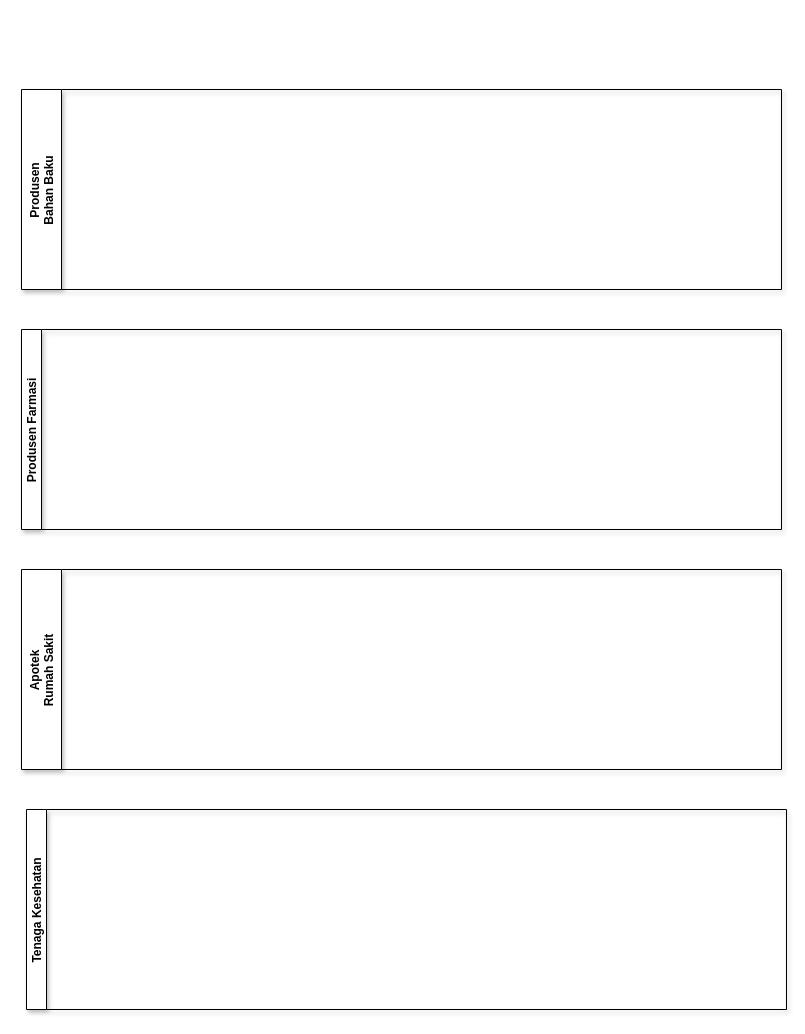
Before: Tugas/BPMN4.drawio in kucingtakucin/Proses-Bisnis-dan-SIM, a draw.io diagram. Source tidied: cells renumbered, new cells numbered last; positions are measured from the earlier drawing's top-left corner, leaving out a move shared by most shapes. Both pictures are drawn from the tidied source at 100%, with x=0, y=0 at pixel (21, 89).
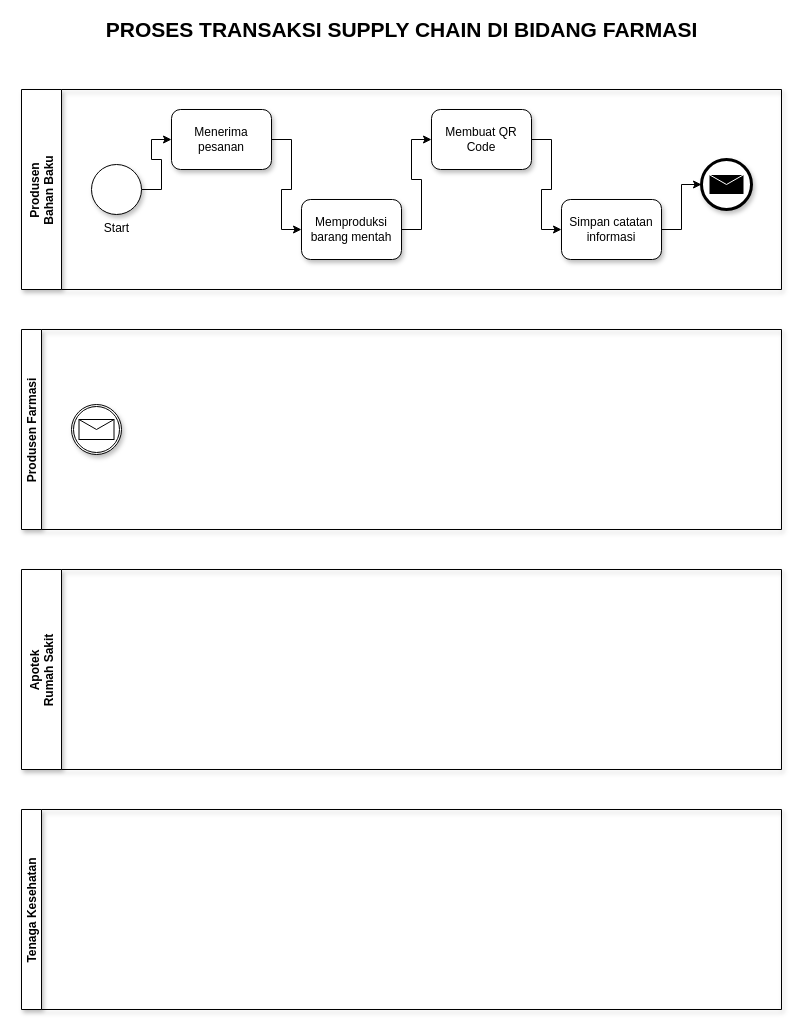
Above is the later version.

Change to the diagram source:
```diff
@@
     <mxCell id="5" value="Tenaga Kesehatan" style="swimlane;startSize=20;horizontal=0;shadow=1;" parent="1" vertex="1">
-      <mxGeometry x="5" y="720" width="760" height="200" as="geometry" />
+      <mxGeometry y="720" width="760" height="200" as="geometry" />
     </mxCell>
+    <mxCell id="6" value="&lt;font style=&quot;font-size: 21px&quot;&gt;&lt;b&gt;PROSES TRANSAKSI SUPPLY CHAIN DI BIDANG FARMASI&lt;br&gt;&lt;/b&gt;&lt;/font&gt;" style="text;html=1;align=center;verticalAlign=middle;" parent="1" vertex="1">
+      <mxGeometry x="20" y="-70" width="720" height="20" as="geometry" />
+    </mxCell>
+    <mxCell id="7" style="edgeStyle=orthogonalEdgeStyle;rounded=0;jettySize=auto;html=1;endArrow=classic;endFill=1;" parent="1" edge="1" source="8" target="10">
+      <mxGeometry relative="1" as="geometry">
+        <Array as="points">
+          <mxPoint x="140" y="100" />
+          <mxPoint x="140" y="70" />
+          <mxPoint x="130" y="70" />
+          <mxPoint x="130" y="50" />
+        </Array>
+      </mxGeometry>
+    </mxCell>
+    <mxCell id="8" value="Start" style="shape=mxgraph.bpmn.shape;html=1;verticalLabelPosition=bottom;labelBackgroundColor=#ffffff;verticalAlign=top;align=center;perimeter=ellipsePerimeter;outlineConnect=0;outline=standard;symbol=general;shadow=1;" parent="1" vertex="1">
+      <mxGeometry x="70" y="75" width="50" height="50" as="geometry" />
+    </mxCell>
+    <mxCell id="9" style="edgeStyle=orthogonalEdgeStyle;rounded=0;jettySize=auto;html=1;entryX=0;entryY=0.5;entryDx=0;entryDy=0;endArrow=classic;endFill=1;" parent="1" edge="1" source="10" target="12">
+      <mxGeometry relative="1" as="geometry" />
+    </mxCell>
+    <mxCell id="10" value="Menerima pesanan" style="shape=ext;rounded=1;html=1;whiteSpace=wrap;shadow=1;" parent="1" vertex="1">
+      <mxGeometry x="150" y="20" width="100" height="60" as="geometry" />
+    </mxCell>
+    <mxCell id="11" style="edgeStyle=orthogonalEdgeStyle;rounded=0;jettySize=auto;html=1;entryX=0;entryY=0.5;entryDx=0;entryDy=0;endArrow=classic;endFill=1;" parent="1" edge="1" source="12" target="14">
+      <mxGeometry relative="1" as="geometry" />
+    </mxCell>
+    <mxCell id="12" value="Memproduksi barang mentah" style="shape=ext;rounded=1;html=1;whiteSpace=wrap;shadow=1;" parent="1" vertex="1">
+      <mxGeometry x="280" y="110" width="100" height="60" as="geometry" />
+    </mxCell>
+    <mxCell id="13" style="edgeStyle=orthogonalEdgeStyle;rounded=0;jettySize=auto;html=1;entryX=0;entryY=0.5;entryDx=0;entryDy=0;endArrow=classic;endFill=1;" parent="1" edge="1" source="14" target="16">
+      <mxGeometry relative="1" as="geometry" />
+    </mxCell>
+    <mxCell id="14" value="Membuat QR Code" style="shape=ext;rounded=1;html=1;whiteSpace=wrap;shadow=1;" parent="1" vertex="1">
+      <mxGeometry x="410" y="20" width="100" height="60" as="geometry" />
+    </mxCell>
+    <mxCell id="15" style="edgeStyle=orthogonalEdgeStyle;rounded=0;jettySize=auto;html=1;endArrow=classic;endFill=1;" parent="1" edge="1" source="16" target="17">
+      <mxGeometry relative="1" as="geometry" />
+    </mxCell>
+    <mxCell id="16" value="Simpan catatan informasi" style="shape=ext;rounded=1;html=1;whiteSpace=wrap;shadow=1;" parent="1" vertex="1">
+      <mxGeometry x="540" y="110" width="100" height="60" as="geometry" />
+    </mxCell>
+    <mxCell id="17" style="shape=mxgraph.bpmn.shape;html=1;verticalLabelPosition=bottom;labelBackgroundColor=#ffffff;verticalAlign=top;align=center;perimeter=ellipsePerimeter;outlineConnect=0;outline=end;symbol=message;shadow=1;" parent="1" vertex="1">
+      <mxGeometry x="680" y="70" width="50" height="50" as="geometry" />
+    </mxCell>
+    <mxCell id="18" style="shape=mxgraph.bpmn.shape;html=1;verticalLabelPosition=bottom;labelBackgroundColor=#ffffff;verticalAlign=top;align=center;perimeter=ellipsePerimeter;outline=catching;symbol=message;shadow=1;" parent="1" vertex="1">
+      <mxGeometry x="50" y="315" width="50" height="50" as="geometry" />
+    </mxCell>
```
